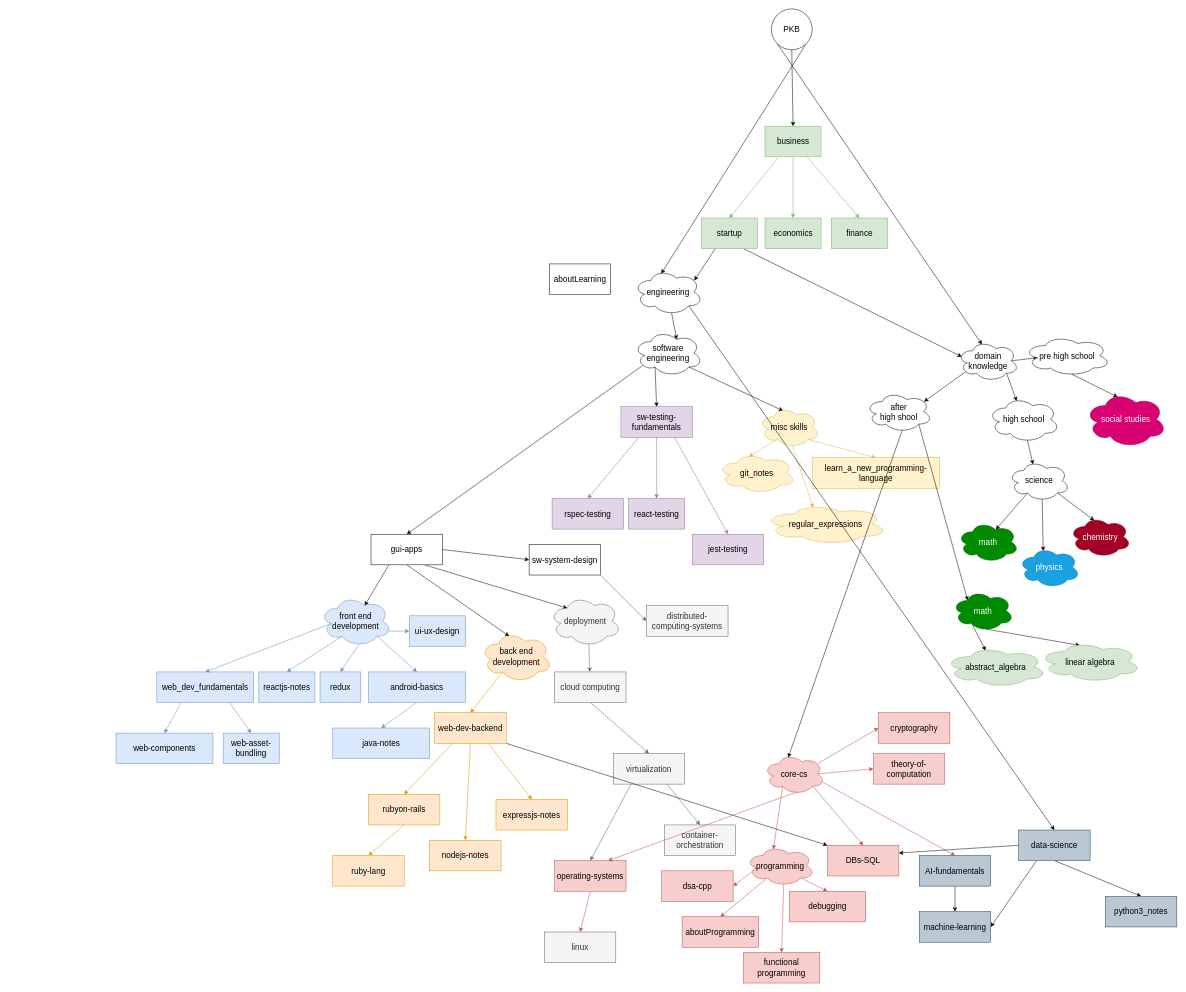
The draw.io diagram page "college-now" (1 of 4) of assets/personal_knowledge_base.drawio in sanjar-notes/.github, before the edit. Source tidied: cells renumbered, new cells numbered last; positions are measured from the earlier drawing's top-left corner, leaving out a move shared by most shapes. Both pictures are drawn from the tidied source at 51%, with x=0, y=0 at pixel (116, 9).
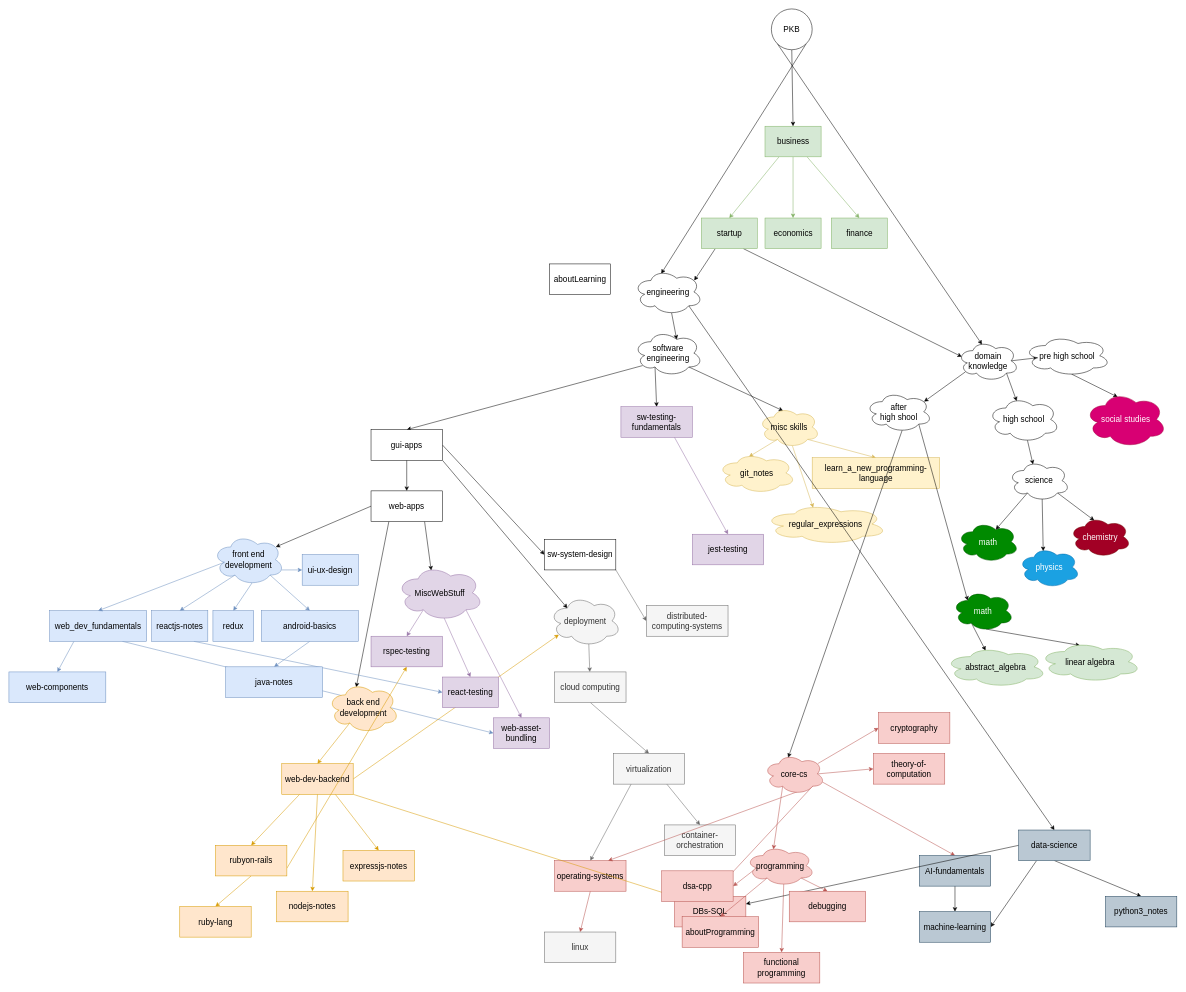
The same page after the edit.

Unchanged cells that the change refers to:
```xml
<mxCell id="27" value="deployment" style="ellipse;shape=cloud;whiteSpace=wrap;html=1;fontSize=16;fillColor=#f5f5f5;fontColor=#333333;strokeColor=#666666;" parent="1" vertex="1">
  <mxGeometry x="850" y="1150" width="140" height="100" as="geometry" />
</mxCell>
<mxCell id="42" value="sw-testing-fundamentals" style="rounded=0;whiteSpace=wrap;html=1;fontSize=16;fillColor=#e1d5e7;strokeColor=#9673a6;fontColor=#000000;" parent="1" vertex="1">
  <mxGeometry x="990" y="780" width="140" height="60" as="geometry" />
</mxCell>
<mxCell id="73" value="software engineering" style="ellipse;shape=cloud;whiteSpace=wrap;html=1;fontSize=16;" parent="1" vertex="1">
  <mxGeometry x="1015" y="630" width="135" height="90" as="geometry" />
</mxCell>
```

Diff of the diagram source:
```diff
@@
-    <mxCell id="12" style="edgeStyle=none;rounded=0;jettySize=auto;html=1;exitX=0.75;exitY=1;exitDx=0;exitDy=0;entryX=0.5;entryY=0;entryDx=0;entryDy=0;fillColor=#dae8fc;strokeColor=#6c8ebf;" parent="1" edge="1" source="13" target="125">
+    <mxCell id="12" style="edgeStyle=none;rounded=0;jettySize=auto;html=1;exitX=0.75;exitY=1;exitDx=0;exitDy=0;entryX=0;entryY=0.5;entryDx=0;entryDy=0;fillColor=#dae8fc;strokeColor=#6c8ebf;" parent="1" edge="1" source="13" target="125">
       <mxGeometry relative="1" as="geometry" />
     </mxCell>
     <mxCell id="13" value="web_dev_fundamentals" style="rounded=0;whiteSpace=wrap;html=1;fontSize=16;fillColor=#dae8fc;strokeColor=#6c8ebf;fontColor=#000000;" parent="1" vertex="1">
-      <mxGeometry x="80" y="1300" width="190" height="60" as="geometry" />
+      <mxGeometry x="-130" y="1180" width="190" height="60" as="geometry" />
     </mxCell>
-    <mxCell id="14" style="edgeStyle=none;html=1;exitX=0.25;exitY=1;exitDx=0;exitDy=0;entryX=0.625;entryY=0.2;entryDx=0;entryDy=0;entryPerimeter=0;" parent="1" edge="1" source="18" target="23">
+    <mxCell id="14" style="edgeStyle=none;html=1;exitX=0;exitY=0.5;exitDx=0;exitDy=0;entryX=0.88;entryY=0.25;entryDx=0;entryDy=0;entryPerimeter=0;" parent="1" edge="1" source="18" target="23">
       <mxGeometry relative="1" as="geometry" />
     </mxCell>
-    <mxCell id="15" style="edgeStyle=none;html=1;exitX=0.5;exitY=1;exitDx=0;exitDy=0;entryX=0.4;entryY=0.1;entryDx=0;entryDy=0;entryPerimeter=0;" parent="1" edge="1" source="18" target="25">
+    <mxCell id="15" style="edgeStyle=none;html=1;exitX=0.25;exitY=1;exitDx=0;exitDy=0;entryX=0.4;entryY=0.1;entryDx=0;entryDy=0;entryPerimeter=0;" parent="1" edge="1" source="18" target="25">
       <mxGeometry relative="1" as="geometry" />
     </mxCell>
-    <mxCell id="16" style="edgeStyle=none;html=1;exitX=0.75;exitY=1;exitDx=0;exitDy=0;entryX=0.25;entryY=0.25;entryDx=0;entryDy=0;entryPerimeter=0;" parent="1" edge="1" source="18" target="27">
+    <mxCell id="16" style="edgeStyle=none;html=1;exitX=1;exitY=1;exitDx=0;exitDy=0;entryX=0.25;entryY=0.25;entryDx=0;entryDy=0;entryPerimeter=0;" parent="1" edge="1" source="141" target="27">
       <mxGeometry relative="1" as="geometry" />
     </mxCell>
-    <mxCell id="17" style="edgeStyle=none;html=1;exitX=1;exitY=0.5;exitDx=0;exitDy=0;entryX=0;entryY=0.5;entryDx=0;entryDy=0;" parent="1" edge="1" source="18" target="68">
+    <mxCell id="17" style="edgeStyle=none;html=1;exitX=1;exitY=0.5;exitDx=0;exitDy=0;entryX=0;entryY=0.5;entryDx=0;entryDy=0;" parent="1" edge="1" source="141" target="68">
       <mxGeometry relative="1" as="geometry" />
     </mxCell>
+    <mxCell id="136" style="rounded=0;jettySize=auto;html=1;exitX=0.75;exitY=1;exitDx=0;exitDy=0;entryX=0.4;entryY=0.1;entryDx=0;entryDy=0;entryPerimeter=0;" parent="1" edge="1" source="18" target="145">
+      <mxGeometry relative="1" as="geometry" />
+    </mxCell>
-    <mxCell id="18" value="gui-apps" style="rounded=0;whiteSpace=wrap;html=1;fontSize=16;" parent="1" vertex="1">
-      <mxGeometry x="500" y="1030" width="140" height="60" as="geometry" />
+    <mxCell id="18" value="web-apps" style="rounded=0;whiteSpace=wrap;html=1;fontSize=16;" parent="1" vertex="1">
+      <mxGeometry x="500" y="945" width="140" height="60" as="geometry" />
     </mxCell>
@@
     <mxCell id="23" value="front end development" style="ellipse;shape=cloud;whiteSpace=wrap;html=1;fontSize=16;fillColor=#dae8fc;strokeColor=#6c8ebf;fontColor=#000000;" parent="1" vertex="1">
-      <mxGeometry x="400" y="1150" width="140" height="100" as="geometry" />
+      <mxGeometry x="190" y="1030" width="140" height="100" as="geometry" />
     </mxCell>
@@
     <mxCell id="25" value="back end development" style="ellipse;shape=cloud;whiteSpace=wrap;html=1;fontSize=16;fillColor=#ffe6cc;strokeColor=#d79b00;fontColor=#000000;" parent="1" vertex="1">
-      <mxGeometry x="715" y="1220" width="140" height="100" as="geometry" />
+      <mxGeometry x="415" y="1320" width="140" height="100" as="geometry" />
     </mxCell>
@@
-    <mxCell id="31" style="edgeStyle=none;html=1;exitX=1;exitY=1;exitDx=0;exitDy=0;entryX=0;entryY=0;entryDx=0;entryDy=0;fontColor=#000000;" parent="1" edge="1" source="32" target="53">
+    <mxCell id="31" style="edgeStyle=none;html=1;exitX=1;exitY=1;exitDx=0;exitDy=0;entryX=0;entryY=0;entryDx=0;entryDy=0;fontColor=#000000;fillColor=#ffe6cc;strokeColor=#d79b00;" parent="1" edge="1" source="32" target="53">
       <mxGeometry relative="1" as="geometry" />
     </mxCell>
+    <mxCell id="137" style="edgeStyle=none;rounded=0;jettySize=auto;html=1;exitX=1;exitY=0.5;exitDx=0;exitDy=0;entryX=0.13;entryY=0.77;entryDx=0;entryDy=0;entryPerimeter=0;fillColor=#ffe6cc;strokeColor=#d79b00;" parent="1" edge="1" source="32" target="27">
+      <mxGeometry relative="1" as="geometry" />
+    </mxCell>
     <mxCell id="32" value="web-dev-backend" style="rounded=0;whiteSpace=wrap;html=1;fontSize=16;fillColor=#ffe6cc;strokeColor=#d79b00;fontColor=#000000;" parent="1" vertex="1">
-      <mxGeometry x="625" y="1380" width="140" height="60" as="geometry" />
+      <mxGeometry x="325" y="1480" width="140" height="60" as="geometry" />
     </mxCell>
@@
+    <mxCell id="138" style="edgeStyle=none;rounded=0;jettySize=auto;html=1;exitX=1;exitY=0.75;exitDx=0;exitDy=0;entryX=0.5;entryY=1;entryDx=0;entryDy=0;fillColor=#ffe6cc;strokeColor=#d79b00;" parent="1" edge="1" source="34" target="45">
+      <mxGeometry relative="1" as="geometry" />
+    </mxCell>
     <mxCell id="34" value="rubyon-rails" style="rounded=0;whiteSpace=wrap;html=1;fontSize=16;fillColor=#ffe6cc;strokeColor=#d79b00;fontColor=#000000;" parent="1" vertex="1">
-      <mxGeometry x="495" y="1540" width="140" height="60" as="geometry" />
+      <mxGeometry x="195" y="1640" width="140" height="60" as="geometry" />
     </mxCell>
     <mxCell id="35" value="nodejs-notes" style="rounded=0;whiteSpace=wrap;html=1;fontSize=16;fillColor=#ffe6cc;strokeColor=#d79b00;fontColor=#000000;" parent="1" vertex="1">
-      <mxGeometry x="615" y="1630" width="140" height="60" as="geometry" />
+      <mxGeometry x="315" y="1730" width="140" height="60" as="geometry" />
     </mxCell>
     <mxCell id="36" value="expressjs-notes" style="rounded=0;whiteSpace=wrap;html=1;fontSize=16;fillColor=#ffe6cc;strokeColor=#d79b00;fontColor=#000000;" parent="1" vertex="1">
-      <mxGeometry x="745" y="1550" width="140" height="60" as="geometry" />
+      <mxGeometry x="445" y="1650" width="140" height="60" as="geometry" />
     </mxCell>
+    <mxCell id="139" style="edgeStyle=none;rounded=0;jettySize=auto;html=1;exitX=0.75;exitY=1;exitDx=0;exitDy=0;entryX=0;entryY=0.5;entryDx=0;entryDy=0;fillColor=#dae8fc;strokeColor=#6c8ebf;" parent="1" edge="1" source="37" target="43">
+      <mxGeometry relative="1" as="geometry" />
+    </mxCell>
     <mxCell id="37" value="reactjs-notes" style="rounded=0;whiteSpace=wrap;html=1;fontSize=16;fillColor=#dae8fc;strokeColor=#6c8ebf;fontColor=#000000;" parent="1" vertex="1">
-      <mxGeometry x="280" y="1300" width="110" height="60" as="geometry" />
+      <mxGeometry x="70" y="1180" width="110" height="60" as="geometry" />
     </mxCell>
     <mxCell id="38" value="ruby-lang" style="rounded=0;whiteSpace=wrap;html=1;fontSize=16;fillColor=#ffe6cc;strokeColor=#d79b00;fontColor=#000000;" parent="1" vertex="1">
-      <mxGeometry x="425" y="1660" width="140" height="60" as="geometry" />
+      <mxGeometry x="125" y="1760" width="140" height="60" as="geometry" />
     </mxCell>
-    <mxCell id="39" style="edgeStyle=none;html=1;exitX=0.25;exitY=1;exitDx=0;exitDy=0;entryX=0.5;entryY=0;entryDx=0;entryDy=0;fillColor=#e1d5e7;strokeColor=#9673a6;fontColor=#000000;" parent="1" edge="1" source="42" target="45">
-      <mxGeometry relative="1" as="geometry" />
-    </mxCell>
-    <mxCell id="40" style="edgeStyle=none;html=1;exitX=0.5;exitY=1;exitDx=0;exitDy=0;entryX=0.5;entryY=0;entryDx=0;entryDy=0;fillColor=#e1d5e7;strokeColor=#9673a6;fontColor=#000000;" parent="1" edge="1" source="42" target="43">
-      <mxGeometry relative="1" as="geometry" />
-    </mxCell>
@@
     <mxCell id="43" value="react-testing" style="rounded=0;whiteSpace=wrap;html=1;fontSize=16;fillColor=#e1d5e7;strokeColor=#9673a6;fontColor=#000000;" parent="1" vertex="1">
-      <mxGeometry x="1005" y="960" width="110" height="60" as="geometry" />
+      <mxGeometry x="640" y="1310" width="110" height="60" as="geometry" />
     </mxCell>
@@
     <mxCell id="45" value="rspec-testing" style="rounded=0;whiteSpace=wrap;html=1;fontSize=16;fillColor=#e1d5e7;strokeColor=#9673a6;fontColor=#000000;" parent="1" vertex="1">
-      <mxGeometry x="855" y="960" width="140" height="60" as="geometry" />
+      <mxGeometry x="500" y="1230" width="140" height="60" as="geometry" />
     </mxCell>
@@
     <mxCell id="53" value="DBs-SQL" style="rounded=0;whiteSpace=wrap;html=1;fontSize=16;fillColor=#f8cecc;strokeColor=#b85450;fontColor=#000000;" parent="1" vertex="1">
-      <mxGeometry x="1395" y="1640" width="140" height="60" as="geometry" />
+      <mxGeometry x="1095" y="1740" width="140" height="60" as="geometry" />
     </mxCell>
@@
     <mxCell id="65" value="android-basics" style="rounded=0;whiteSpace=wrap;html=1;fontSize=16;fillColor=#dae8fc;strokeColor=#6c8ebf;fontColor=#000000;" parent="1" vertex="1">
-      <mxGeometry x="495" y="1300" width="190" height="60" as="geometry" />
+      <mxGeometry x="285" y="1180" width="190" height="60" as="geometry" />
     </mxCell>
@@
     <mxCell id="68" value="sw-system-design" style="rounded=0;whiteSpace=wrap;html=1;fontSize=16;" parent="1" vertex="1">
-      <mxGeometry x="810" y="1050" width="140" height="60" as="geometry" />
+      <mxGeometry x="840" y="1040" width="140" height="60" as="geometry" />
     </mxCell>
     <mxCell id="69" value="ui-ux-design" style="rounded=0;whiteSpace=wrap;html=1;fontSize=16;fillColor=#dae8fc;strokeColor=#6c8ebf;fontColor=#000000;" parent="1" vertex="1">
-      <mxGeometry x="575" y="1190" width="110" height="60" as="geometry" />
+      <mxGeometry x="365" y="1070" width="110" height="60" as="geometry" />
     </mxCell>
@@
-    <mxCell id="71" style="edgeStyle=none;html=1;exitX=0.13;exitY=0.77;exitDx=0;exitDy=0;exitPerimeter=0;entryX=0.5;entryY=0;entryDx=0;entryDy=0;" parent="1" edge="1" source="73" target="18">
+    <mxCell id="71" style="edgeStyle=none;html=1;exitX=0.13;exitY=0.77;exitDx=0;exitDy=0;exitPerimeter=0;entryX=0.5;entryY=0;entryDx=0;entryDy=0;" parent="1" edge="1" source="73" target="141">
       <mxGeometry relative="1" as="geometry" />
     </mxCell>
@@
     <mxCell id="74" value="java-notes" style="rounded=0;whiteSpace=wrap;html=1;fontSize=16;fillColor=#dae8fc;strokeColor=#6c8ebf;fontColor=#000000;" parent="1" vertex="1">
-      <mxGeometry x="425" y="1410" width="190" height="60" as="geometry" />
+      <mxGeometry x="215" y="1290" width="190" height="60" as="geometry" />
     </mxCell>
@@
-    <mxCell id="125" value="web-asset-bundling" style="rounded=0;whiteSpace=wrap;html=1;fontSize=16;fillColor=#dae8fc;strokeColor=#6c8ebf;fontColor=#000000;" parent="1" vertex="1">
-      <mxGeometry x="210" y="1420" width="110" height="60" as="geometry" />
+    <mxCell id="125" value="web-asset-bundling" style="rounded=0;whiteSpace=wrap;html=1;fontSize=16;fillColor=#e1d5e7;strokeColor=#9673a6;" parent="1" vertex="1">
+      <mxGeometry x="740" y="1390" width="110" height="60" as="geometry" />
     </mxCell>
@@
     <mxCell id="133" value="redux" style="rounded=0;whiteSpace=wrap;html=1;fontSize=16;fillColor=#dae8fc;strokeColor=#6c8ebf;fontColor=#000000;" parent="1" vertex="1">
-      <mxGeometry x="400" y="1300" width="80" height="60" as="geometry" />
+      <mxGeometry x="190" y="1180" width="80" height="60" as="geometry" />
     </mxCell>
@@
     <mxCell id="135" value="web-components" style="rounded=0;whiteSpace=wrap;html=1;fontSize=16;fillColor=#dae8fc;strokeColor=#6c8ebf;fontColor=#000000;" parent="1" vertex="1">
-      <mxGeometry y="1420" width="190" height="60" as="geometry" />
+      <mxGeometry x="-210" y="1300" width="190" height="60" as="geometry" />
     </mxCell>
+    <mxCell id="140" style="edgeStyle=orthogonalEdgeStyle;rounded=0;jettySize=auto;html=1;exitX=0.5;exitY=1;exitDx=0;exitDy=0;" parent="1" edge="1" source="141" target="18">
+      <mxGeometry relative="1" as="geometry" />
+    </mxCell>
+    <mxCell id="141" value="gui-apps" style="rounded=0;whiteSpace=wrap;html=1;fontSize=16;" parent="1" vertex="1">
+      <mxGeometry x="500" y="825" width="140" height="60" as="geometry" />
+    </mxCell>
+    <mxCell id="142" style="edgeStyle=none;rounded=0;jettySize=auto;html=1;exitX=0.31;exitY=0.8;exitDx=0;exitDy=0;exitPerimeter=0;entryX=0.5;entryY=0;entryDx=0;entryDy=0;fillColor=#e1d5e7;strokeColor=#9673a6;" parent="1" edge="1" source="145" target="45">
+      <mxGeometry relative="1" as="geometry" />
+    </mxCell>
+    <mxCell id="143" style="edgeStyle=none;rounded=0;jettySize=auto;html=1;exitX=0.55;exitY=0.95;exitDx=0;exitDy=0;exitPerimeter=0;entryX=0.5;entryY=0;entryDx=0;entryDy=0;fillColor=#e1d5e7;strokeColor=#9673a6;" parent="1" edge="1" source="145" target="43">
+      <mxGeometry relative="1" as="geometry" />
+    </mxCell>
+    <mxCell id="144" style="edgeStyle=none;rounded=0;jettySize=auto;html=1;exitX=0.8;exitY=0.8;exitDx=0;exitDy=0;exitPerimeter=0;entryX=0.5;entryY=0;entryDx=0;entryDy=0;fillColor=#e1d5e7;strokeColor=#9673a6;" parent="1" edge="1" source="145" target="125">
+      <mxGeometry relative="1" as="geometry" />
+    </mxCell>
+    <mxCell id="145" value="MiscWebStuff" style="ellipse;shape=cloud;whiteSpace=wrap;html=1;fontSize=16;fillColor=#e1d5e7;strokeColor=#9673a6;" parent="1" vertex="1">
+      <mxGeometry x="550" y="1090" width="170" height="110" as="geometry" />
+    </mxCell>
```
